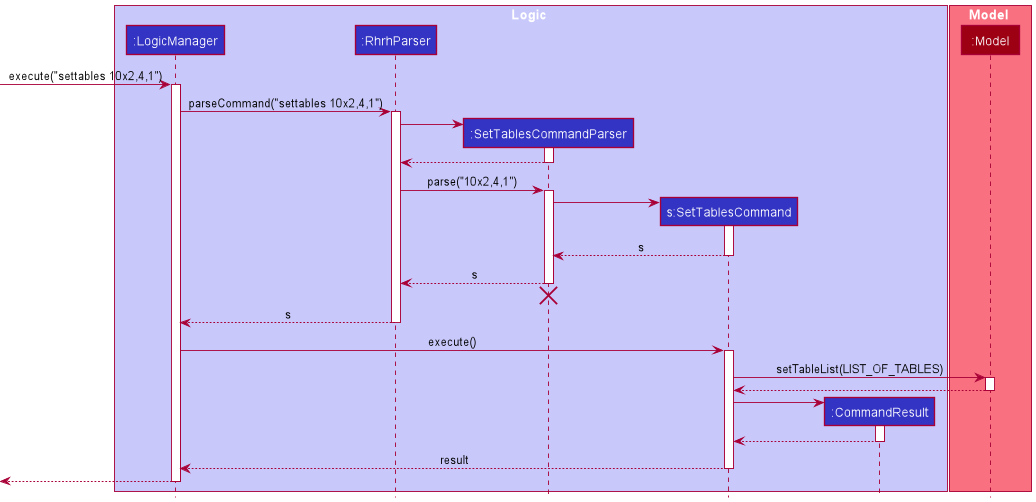
This is docs/images/SetTablesSequenceDiagram.png from nus-cs2103-AY2122S1/tp, a PlantUML export, as it was before one commit.
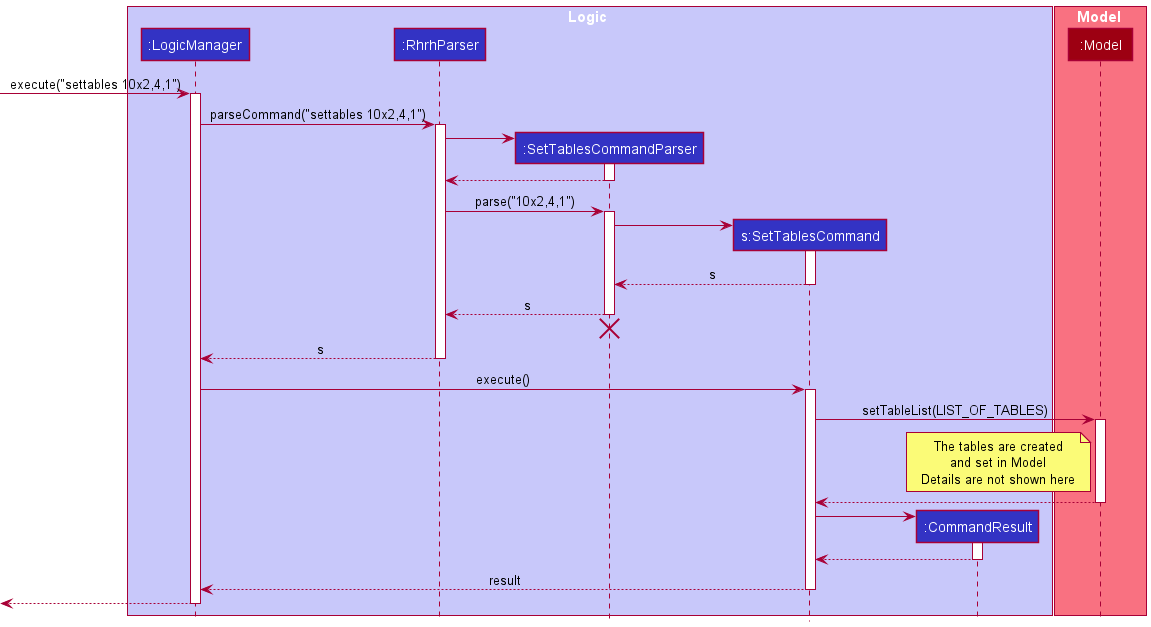
The same file after the commit.

Commit message:
Update settables sequence diagram to include a note

Diff of the diagram source:
```diff
@@ -47,9 +47,12 @@
 LogicManager -> SetTablesCommand : execute()
 activate SetTablesCommand
 
-
 SetTablesCommand -> Model : setTableList(LIST_OF_TABLES)
 activate Model
+
+note left of Model : The tables are created\nand set in Model\nDetails are not shown here
+
+
 Model --> SetTablesCommand
 deactivate Model
 
```
